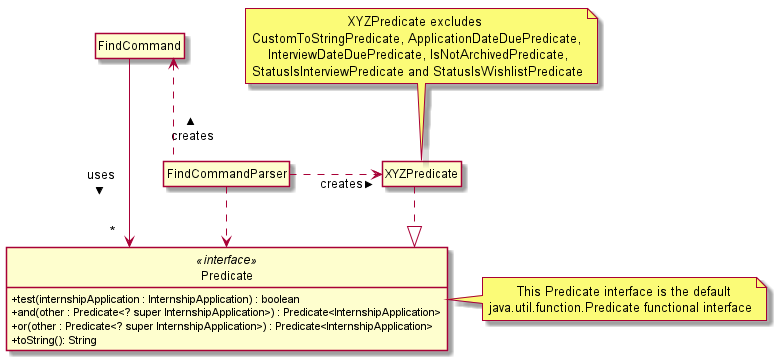
Earlier version of the PlantUML export images/FindClassDiagram.png (AY1920S2-CS2103T-F10-2/main).
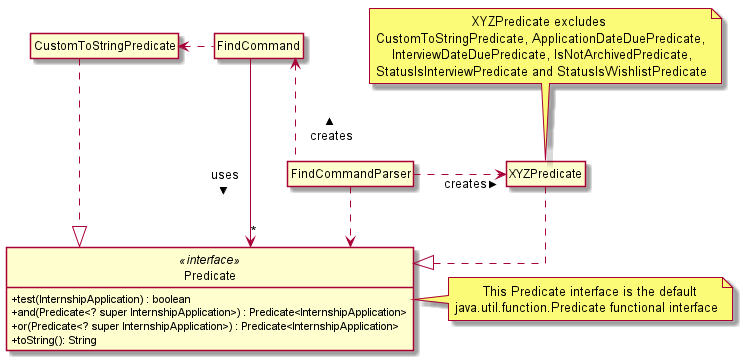
Above is the later version.

Change to the diagram source:
```diff
@@ -14,10 +14,14 @@
 }
 
 Class Predicate <<interface>> {
-    + test(internshipApplication : InternshipApplication) : boolean
-    + and(other : Predicate<? super InternshipApplication>) : Predicate<InternshipApplication>
-    + or(other : Predicate<? super InternshipApplication>) : Predicate<InternshipApplication>
+    + test(InternshipApplication) : boolean
+    + and(Predicate<? super InternshipApplication>) : Predicate<InternshipApplication>
+    + or(Predicate<? super InternshipApplication>) : Predicate<InternshipApplication>
     + toString(): String
+}
+
+Class CustomToStringPredicate {
+
 }
 
 Class XYZPredicate {
@@ -42,6 +46,10 @@
 FindCommandParser ..> Predicate
 FindCommandParser .left.> FindCommand : creates >
 FindCommand ---> "*" Predicate : uses >
+FindCommand .left.> CustomToStringPredicate
 XYZPredicate ..|> Predicate
+CustomToStringPredicate ..|> Predicate
+
+CustomToStringPredicate -[hidden]right-> Predicate
 
 @enduml
```
